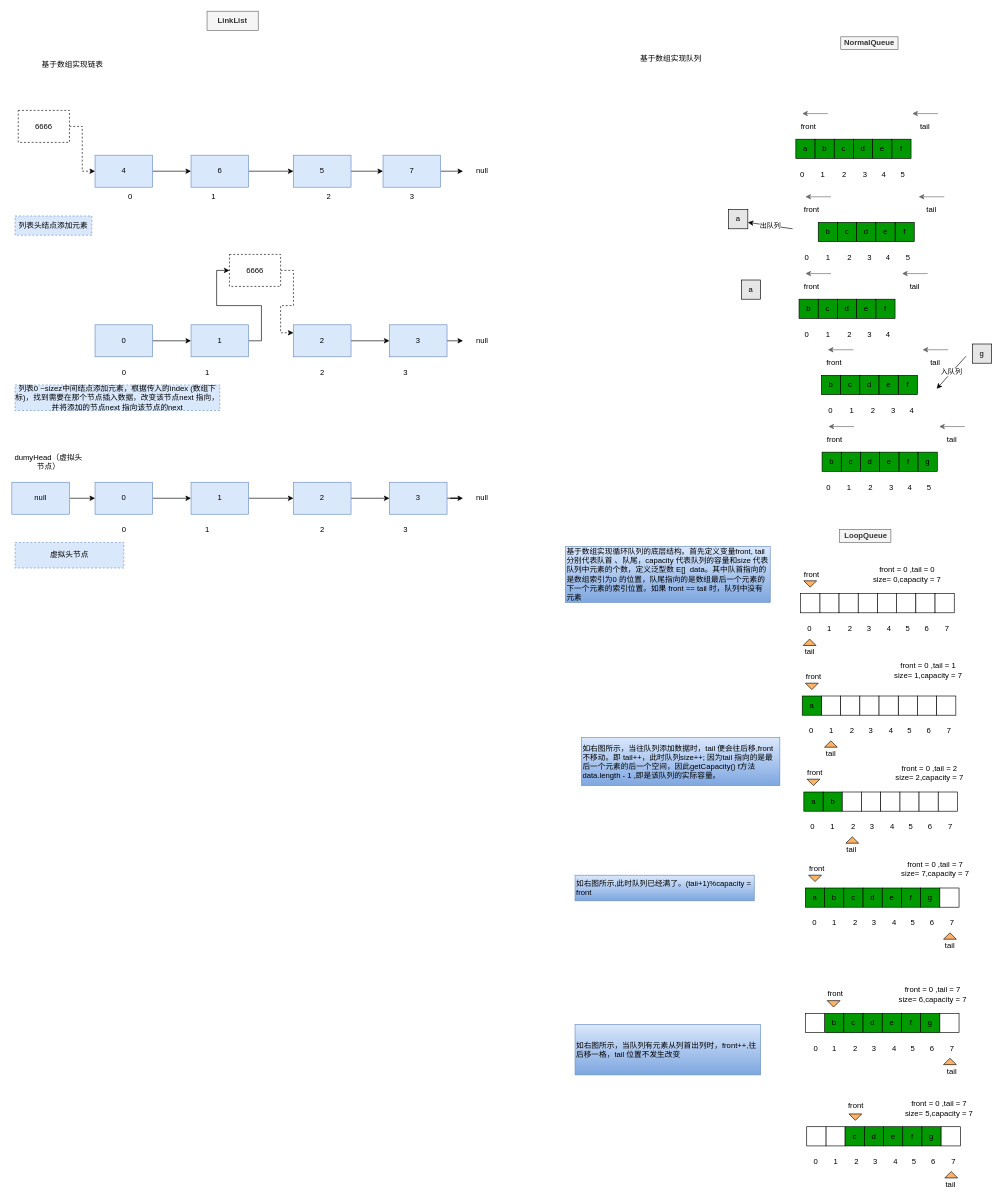
Earlier version of the draw.io diagram 数据结构解析图.drawio (choustark/algorithms). Source tidied: cells renumbered, new cells numbered last; positions are measured from the earlier drawing's top-left corner, leaving out a move shared by most shapes. Both pictures are drawn from the tidied source at 64%, with x=0, y=0 at pixel (12, 11).
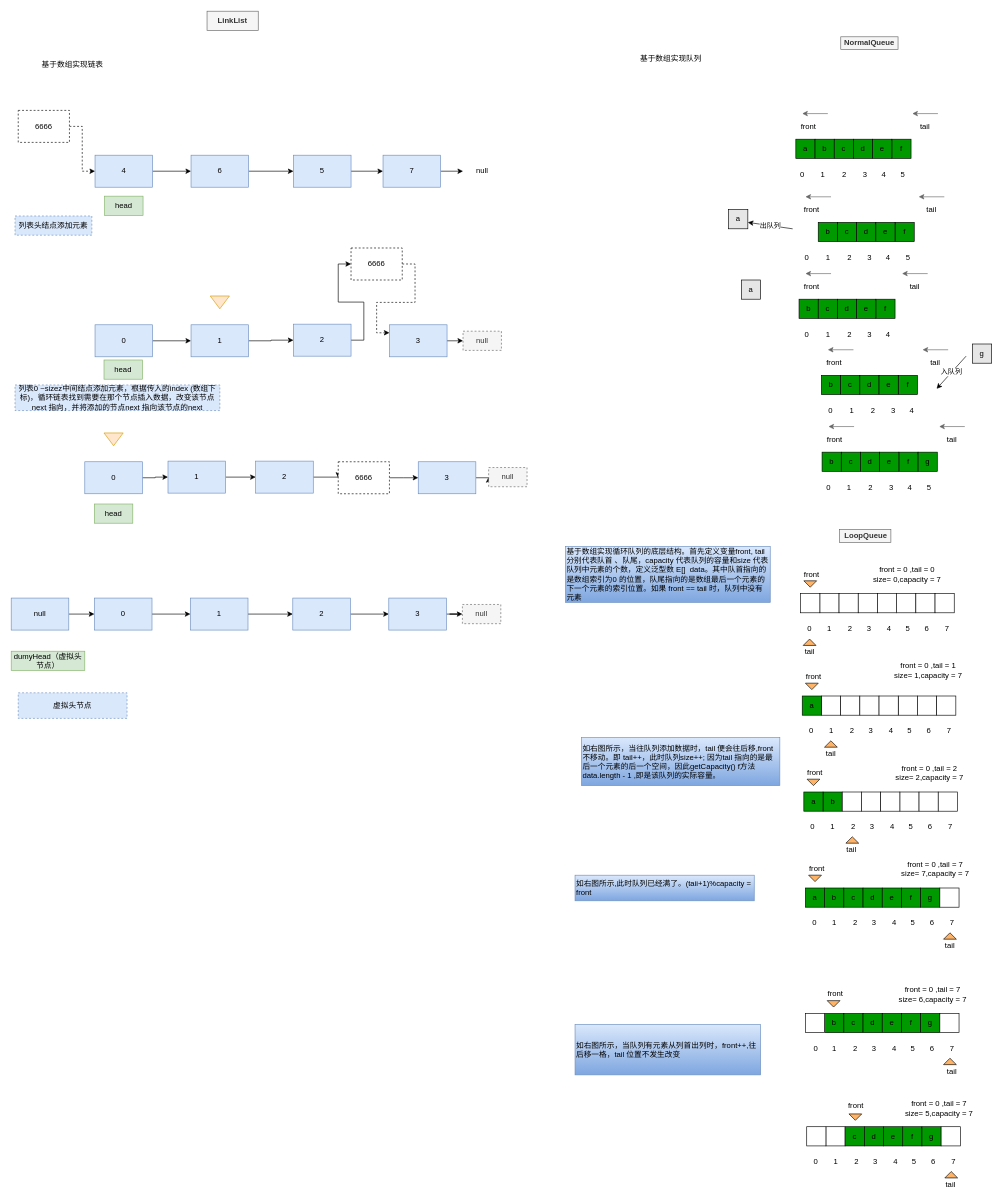
After the change.

Commit message:
Update 数据结构解析图.drawio

The change refers to these unchanged cells:
```xml
<mxCell id="229" value="1" style="rounded=0;whiteSpace=wrap;html=1;fillColor=#dae8fc;strokeColor=#6c8ebf;" parent="1" vertex="1">
  <mxGeometry x="280" y="490" width="90" height="50" as="geometry" />
</mxCell>
<mxCell id="233" value="3" style="rounded=0;whiteSpace=wrap;html=1;fillColor=#dae8fc;strokeColor=#6c8ebf;" parent="1" vertex="1">
  <mxGeometry x="590" y="490" width="90" height="50" as="geometry" />
</mxCell>
```

Change to the diagram source:
```diff
@@
-    <mxCell id="228" style="edgeStyle=orthogonalEdgeStyle;rounded=0;jettySize=auto;html=1;exitX=1;exitY=0.5;exitDx=0;exitDy=0;entryX=0;entryY=0.5;entryDx=0;entryDy=0;" parent="1" edge="1" source="229" target="235">
-      <mxGeometry relative="1" as="geometry" />
-    </mxCell>
+    <mxCell id="266" style="edgeStyle=orthogonalEdgeStyle;rounded=0;jettySize=auto;html=1;exitX=1;exitY=0.5;exitDx=0;exitDy=0;" parent="1" edge="1" source="229" target="231">
+      <mxGeometry relative="1" as="geometry" />
+    </mxCell>
@@
-    <mxCell id="230" style="edgeStyle=orthogonalEdgeStyle;rounded=0;jettySize=auto;html=1;exitX=1;exitY=0.5;exitDx=0;exitDy=0;entryX=0;entryY=0.5;entryDx=0;entryDy=0;" parent="1" edge="1" source="231" target="233">
+    <mxCell id="230" style="edgeStyle=orthogonalEdgeStyle;rounded=0;jettySize=auto;html=1;exitX=1;exitY=0.5;exitDx=0;exitDy=0;entryX=0;entryY=0.5;entryDx=0;entryDy=0;" parent="1" edge="1" source="231" target="235">
       <mxGeometry relative="1" as="geometry" />
     </mxCell>
     <mxCell id="231" value="2" style="rounded=0;whiteSpace=wrap;html=1;fillColor=#dae8fc;strokeColor=#6c8ebf;" parent="1" vertex="1">
-      <mxGeometry x="440" y="490" width="90" height="50" as="geometry" />
+      <mxGeometry x="440" y="489" width="90" height="50" as="geometry" />
     </mxCell>
@@
-    <mxCell id="234" style="edgeStyle=orthogonalEdgeStyle;rounded=0;jettySize=auto;html=1;exitX=1;exitY=0.5;exitDx=0;exitDy=0;entryX=0;entryY=0.25;entryDx=0;entryDy=0;dashed=1;" parent="1" edge="1" source="235" target="231">
+    <mxCell id="234" style="edgeStyle=orthogonalEdgeStyle;rounded=0;jettySize=auto;html=1;exitX=1;exitY=0.5;exitDx=0;exitDy=0;entryX=0;entryY=0.25;entryDx=0;entryDy=0;dashed=1;" parent="1" edge="1" source="235" target="233">
       <mxGeometry relative="1" as="geometry" />
     </mxCell>
     <mxCell id="235" value="6666" style="rounded=0;whiteSpace=wrap;html=1;dashed=1;" parent="1" vertex="1">
-      <mxGeometry x="340" y="380" width="80" height="50" as="geometry" />
+      <mxGeometry x="530" y="370" width="80" height="50" as="geometry" />
     </mxCell>
-    <mxCell id="236" value="列表0 ~sizez中间结点添加元素，根据传入的index (数组下标)，找到需要在那个节点插入数据，改变该节点next 指向，并将添加的节点next 指向该节点的next" style="text;html=1;strokeColor=#6c8ebf;fillColor=#dae8fc;align=center;verticalAlign=middle;whiteSpace=wrap;rounded=0;dashed=1;" parent="1" vertex="1">
+    <mxCell id="236" value="列表0 ~sizez中间结点添加元素，根据传入的index (数组下标)，循环链表找到需要在那个节点插入数据，改变该节点next 指向，并将添加的节点next 指向该节点的next" style="text;html=1;strokeColor=#6c8ebf;fillColor=#dae8fc;align=center;verticalAlign=middle;whiteSpace=wrap;rounded=0;dashed=1;" parent="1" vertex="1">
       <mxGeometry x="5" y="584" width="320" height="40" as="geometry" />
     </mxCell>
@@
-    <mxCell id="238" value="0" style="text;html=1;align=center;verticalAlign=middle;strokeColor=none;fillColor=none;" parent="1" vertex="1">
-      <mxGeometry x="175" y="280" width="20" height="20" as="geometry" />
-    </mxCell>
-    <mxCell id="239" value="1" style="text;html=1;align=center;verticalAlign=middle;strokeColor=none;fillColor=none;" parent="1" vertex="1">
-      <mxGeometry x="305" y="280" width="20" height="20" as="geometry" />
-    </mxCell>
-    <mxCell id="240" value="2" style="text;html=1;align=center;verticalAlign=middle;strokeColor=none;fillColor=none;" parent="1" vertex="1">
-      <mxGeometry x="485" y="280" width="20" height="20" as="geometry" />
-    </mxCell>
-    <mxCell id="241" value="3" style="text;html=1;align=center;verticalAlign=middle;strokeColor=none;fillColor=none;" parent="1" vertex="1">
-      <mxGeometry x="615" y="280" width="20" height="20" as="geometry" />
-    </mxCell>
-    <mxCell id="242" value="0" style="text;html=1;align=center;verticalAlign=middle;strokeColor=none;fillColor=none;" parent="1" vertex="1">
-      <mxGeometry x="165" y="555" width="20" height="20" as="geometry" />
-    </mxCell>
-    <mxCell id="243" value="1" style="text;html=1;align=center;verticalAlign=middle;strokeColor=none;fillColor=none;" parent="1" vertex="1">
-      <mxGeometry x="295" y="555" width="20" height="20" as="geometry" />
-    </mxCell>
-    <mxCell id="244" value="2" style="text;html=1;align=center;verticalAlign=middle;strokeColor=none;fillColor=none;" parent="1" vertex="1">
-      <mxGeometry x="475" y="555" width="20" height="20" as="geometry" />
-    </mxCell>
-    <mxCell id="245" value="3" style="text;html=1;align=center;verticalAlign=middle;strokeColor=none;fillColor=none;" parent="1" vertex="1">
-      <mxGeometry x="605" y="555" width="20" height="20" as="geometry" />
-    </mxCell>
@@
     <mxCell id="248" value="0" style="rounded=0;whiteSpace=wrap;html=1;fillColor=#dae8fc;strokeColor=#6c8ebf;" parent="1" vertex="1">
-      <mxGeometry x="130" y="736" width="90" height="50" as="geometry" />
+      <mxGeometry x="129" y="917" width="90" height="50" as="geometry" />
     </mxCell>
@@
     <mxCell id="250" value="1" style="rounded=0;whiteSpace=wrap;html=1;fillColor=#dae8fc;strokeColor=#6c8ebf;" parent="1" vertex="1">
-      <mxGeometry x="280" y="736" width="90" height="50" as="geometry" />
+      <mxGeometry x="279" y="917" width="90" height="50" as="geometry" />
     </mxCell>
@@
     <mxCell id="252" value="2" style="rounded=0;whiteSpace=wrap;html=1;fillColor=#dae8fc;strokeColor=#6c8ebf;" parent="1" vertex="1">
-      <mxGeometry x="440" y="736" width="90" height="50" as="geometry" />
+      <mxGeometry x="439" y="917" width="90" height="50" as="geometry" />
     </mxCell>
@@
     <mxCell id="254" value="3" style="rounded=0;whiteSpace=wrap;html=1;fillColor=#dae8fc;strokeColor=#6c8ebf;" parent="1" vertex="1">
-      <mxGeometry x="590" y="736" width="90" height="50" as="geometry" />
+      <mxGeometry x="589" y="917" width="90" height="50" as="geometry" />
     </mxCell>
     <mxCell id="255" value="虚拟头节点" style="text;html=1;strokeColor=#6c8ebf;fillColor=#dae8fc;align=center;verticalAlign=middle;whiteSpace=wrap;rounded=0;dashed=1;" parent="1" vertex="1">
-      <mxGeometry x="5" y="830" width="170" height="40" as="geometry" />
+      <mxGeometry x="10" y="1065" width="170" height="40" as="geometry" />
     </mxCell>
-    <mxCell id="256" value="0" style="text;html=1;align=center;verticalAlign=middle;strokeColor=none;fillColor=none;" parent="1" vertex="1">
-      <mxGeometry x="165" y="801" width="20" height="20" as="geometry" />
-    </mxCell>
-    <mxCell id="257" value="1" style="text;html=1;align=center;verticalAlign=middle;strokeColor=none;fillColor=none;" parent="1" vertex="1">
-      <mxGeometry x="295" y="801" width="20" height="20" as="geometry" />
-    </mxCell>
-    <mxCell id="258" value="2" style="text;html=1;align=center;verticalAlign=middle;strokeColor=none;fillColor=none;" parent="1" vertex="1">
-      <mxGeometry x="475" y="801" width="20" height="20" as="geometry" />
-    </mxCell>
-    <mxCell id="259" value="3" style="text;html=1;align=center;verticalAlign=middle;strokeColor=none;fillColor=none;" parent="1" vertex="1">
-      <mxGeometry x="605" y="801" width="20" height="20" as="geometry" />
-    </mxCell>
@@
     <mxCell id="261" value="null" style="rounded=0;whiteSpace=wrap;html=1;fillColor=#dae8fc;strokeColor=#6c8ebf;" parent="1" vertex="1">
-      <mxGeometry y="736" width="90" height="50" as="geometry" />
+      <mxGeometry x="-1" y="917" width="90" height="50" as="geometry" />
     </mxCell>
-    <mxCell id="262" value="dumyHead（虚拟头节点）" style="text;html=1;strokeColor=none;fillColor=none;align=center;verticalAlign=middle;whiteSpace=wrap;rounded=0;dashed=1;" parent="1" vertex="1">
-      <mxGeometry y="689" width="115" height="30" as="geometry" />
+    <mxCell id="262" value="dumyHead（虚拟头节点）" style="text;html=1;strokeColor=#82b366;fillColor=#d5e8d4;align=center;verticalAlign=middle;whiteSpace=wrap;rounded=0;" parent="1" vertex="1">
+      <mxGeometry x="-1" y="1000" width="115" height="30" as="geometry" />
     </mxCell>
@@
-    <mxCell id="264" value="null" style="text;html=1;strokeColor=none;fillColor=none;align=center;verticalAlign=middle;whiteSpace=wrap;rounded=0;dashed=1;" parent="1" vertex="1">
+    <mxCell id="264" value="null" style="text;html=1;strokeColor=#666666;fillColor=#f5f5f5;align=center;verticalAlign=middle;whiteSpace=wrap;rounded=0;dashed=1;fontColor=#333333;" parent="1" vertex="1">
       <mxGeometry x="705" y="500" width="60" height="30" as="geometry" />
     </mxCell>
-    <mxCell id="265" value="null" style="text;html=1;strokeColor=none;fillColor=none;align=center;verticalAlign=middle;whiteSpace=wrap;rounded=0;dashed=1;" parent="1" vertex="1">
-      <mxGeometry x="705" y="746" width="60" height="30" as="geometry" />
+    <mxCell id="265" value="null" style="text;html=1;strokeColor=#666666;fillColor=#f5f5f5;align=center;verticalAlign=middle;whiteSpace=wrap;rounded=0;dashed=1;fontColor=#333333;" parent="1" vertex="1">
+      <mxGeometry x="704" y="927" width="60" height="30" as="geometry" />
     </mxCell>
+    <mxCell id="267" style="triangle;whiteSpace=wrap;html=1;rotation=90;fillColor=#ffe6cc;strokeColor=#d79b00;" parent="1" vertex="1">
+      <mxGeometry x="315" y="440" width="20" height="30" as="geometry" />
+    </mxCell>
+    <mxCell id="268" style="edgeStyle=orthogonalEdgeStyle;rounded=0;jettySize=auto;html=1;exitX=1;exitY=0.5;exitDx=0;exitDy=0;entryX=0;entryY=0.5;entryDx=0;entryDy=0;" parent="1" edge="1" source="269" target="271">
+      <mxGeometry relative="1" as="geometry" />
+    </mxCell>
+    <mxCell id="269" value="0" style="rounded=0;whiteSpace=wrap;html=1;fillColor=#dae8fc;strokeColor=#6c8ebf;" parent="1" vertex="1">
+      <mxGeometry x="114" y="704" width="90" height="50" as="geometry" />
+    </mxCell>
+    <mxCell id="270" style="edgeStyle=orthogonalEdgeStyle;rounded=0;jettySize=auto;html=1;exitX=1;exitY=0.5;exitDx=0;exitDy=0;" parent="1" edge="1" source="271" target="273">
+      <mxGeometry relative="1" as="geometry" />
+    </mxCell>
+    <mxCell id="271" value="1" style="rounded=0;whiteSpace=wrap;html=1;fillColor=#dae8fc;strokeColor=#6c8ebf;" parent="1" vertex="1">
+      <mxGeometry x="244" y="703" width="90" height="50" as="geometry" />
+    </mxCell>
+    <mxCell id="272" style="edgeStyle=orthogonalEdgeStyle;rounded=0;jettySize=auto;html=1;exitX=1;exitY=0.5;exitDx=0;exitDy=0;entryX=0;entryY=0.5;entryDx=0;entryDy=0;" parent="1" edge="1" source="273" target="277">
+      <mxGeometry relative="1" as="geometry" />
+    </mxCell>
+    <mxCell id="273" value="2" style="rounded=0;whiteSpace=wrap;html=1;fillColor=#dae8fc;strokeColor=#6c8ebf;" parent="1" vertex="1">
+      <mxGeometry x="381" y="703" width="90" height="50" as="geometry" />
+    </mxCell>
+    <mxCell id="274" style="edgeStyle=orthogonalEdgeStyle;rounded=0;jettySize=auto;html=1;exitX=1;exitY=0.5;exitDx=0;exitDy=0;entryX=0;entryY=0.5;entryDx=0;entryDy=0;" parent="1" edge="1" source="275" target="278">
+      <mxGeometry relative="1" as="geometry" />
+    </mxCell>
+    <mxCell id="275" value="3" style="rounded=0;whiteSpace=wrap;html=1;fillColor=#dae8fc;strokeColor=#6c8ebf;" parent="1" vertex="1">
+      <mxGeometry x="635" y="704" width="90" height="50" as="geometry" />
+    </mxCell>
+    <mxCell id="276" style="edgeStyle=orthogonalEdgeStyle;rounded=0;jettySize=auto;html=1;exitX=1;exitY=0.5;exitDx=0;exitDy=0;" parent="1" edge="1" source="277">
+      <mxGeometry relative="1" as="geometry">
+        <mxPoint x="635" y="729" as="targetPoint" />
+      </mxGeometry>
+    </mxCell>
+    <mxCell id="277" value="6666" style="rounded=0;whiteSpace=wrap;html=1;dashed=1;" parent="1" vertex="1">
+      <mxGeometry x="510" y="704" width="80" height="50" as="geometry" />
+    </mxCell>
+    <mxCell id="278" value="null" style="text;html=1;strokeColor=#666666;fillColor=#f5f5f5;align=center;verticalAlign=middle;whiteSpace=wrap;rounded=0;dashed=1;fontColor=#333333;" parent="1" vertex="1">
+      <mxGeometry x="745" y="713" width="60" height="30" as="geometry" />
+    </mxCell>
+    <mxCell id="279" style="triangle;whiteSpace=wrap;html=1;rotation=90;fillColor=#ffe6cc;strokeColor=#d79b00;" parent="1" vertex="1">
+      <mxGeometry x="149" y="654" width="20" height="30" as="geometry" />
+    </mxCell>
+    <mxCell id="280" value="head" style="text;html=1;strokeColor=#82b366;fillColor=#d5e8d4;align=center;verticalAlign=middle;whiteSpace=wrap;rounded=0;" parent="1" vertex="1">
+      <mxGeometry x="145" y="289" width="60" height="30" as="geometry" />
+    </mxCell>
+    <mxCell id="281" value="head" style="text;html=1;strokeColor=#82b366;fillColor=#d5e8d4;align=center;verticalAlign=middle;whiteSpace=wrap;rounded=0;" parent="1" vertex="1">
+      <mxGeometry x="144" y="545" width="60" height="30" as="geometry" />
+    </mxCell>
+    <mxCell id="282" value="head" style="text;html=1;strokeColor=#82b366;fillColor=#d5e8d4;align=center;verticalAlign=middle;whiteSpace=wrap;rounded=0;" parent="1" vertex="1">
+      <mxGeometry x="129" y="770" width="60" height="30" as="geometry" />
+    </mxCell>
```
